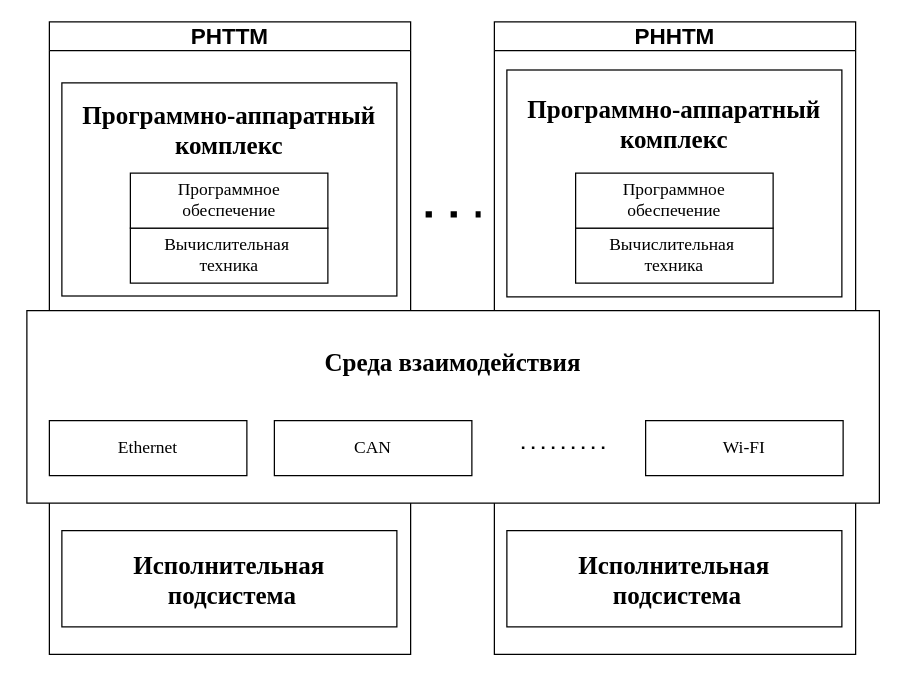
Before: Dissertation/images/drawio/po.drawio in dreddsa5dies/phd, a draw.io diagram. Source tidied: cells renumbered, new cells numbered last; positions are measured from the earlier drawing's top-left corner, leaving out a move shared by most shapes. Both pictures are drawn from the tidied source at 125%, with x=0, y=0 at pixel (26, 21).
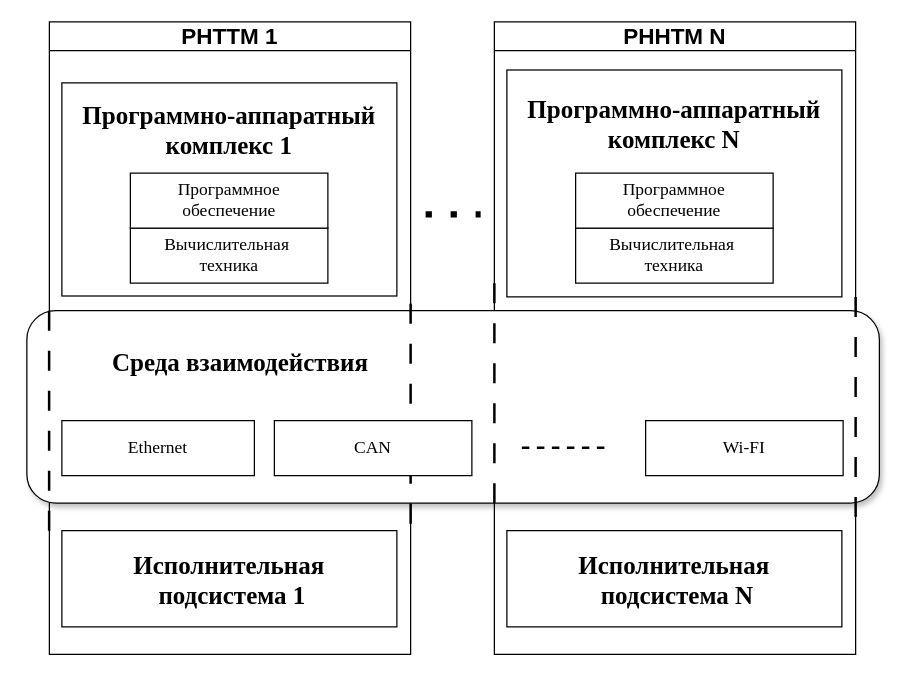
The same diagram, later.

What changed in the source:
```diff
@@
-    <mxCell id="2" value="Исполнительная&lt;div&gt;&amp;nbsp;подсистема&lt;/div&gt;" style="rounded=0;whiteSpace=wrap;html=1;fontSize=20;fontStyle=1;fontFamily=Times New Roman;" parent="1" vertex="1">
+    <mxCell id="2" value="Исполнительная&lt;div&gt;&amp;nbsp;подсистема 1&lt;/div&gt;" style="rounded=0;whiteSpace=wrap;html=1;fontSize=20;fontStyle=1;fontFamily=Times New Roman;" parent="1" vertex="1">
       <mxGeometry x="28" y="407" width="268" height="77" as="geometry" />
     </mxCell>
-    <mxCell id="3" value="&lt;font style=&quot;font-size: 18px;&quot;&gt;РНТТМ&lt;/font&gt;" style="swimlane;whiteSpace=wrap;html=1;" parent="1" vertex="1">
+    <mxCell id="3" value="&lt;font style=&quot;font-size: 18px;&quot;&gt;РНТТМ 1&lt;/font&gt;" style="swimlane;whiteSpace=wrap;html=1;" parent="1" vertex="1">
       <mxGeometry x="18" width="289" height="506" as="geometry" />
     </mxCell>
-    <mxCell id="4" value="&lt;div&gt;Программно-аппаратный комплекс&lt;/div&gt;&lt;div&gt;&lt;br&gt;&lt;/div&gt;&lt;div&gt;&lt;br&gt;&lt;/div&gt;&lt;div&gt;&lt;br&gt;&lt;/div&gt;&lt;div&gt;&lt;br&gt;&lt;/div&gt;" style="rounded=0;whiteSpace=wrap;html=1;fontSize=20;fontStyle=1;fontFamily=Times New Roman;" parent="3" vertex="1">
+    <mxCell id="4" value="&lt;div&gt;Программно-аппаратный комплекс 1&lt;/div&gt;&lt;div&gt;&lt;br&gt;&lt;/div&gt;&lt;div&gt;&lt;br&gt;&lt;/div&gt;&lt;div&gt;&lt;br&gt;&lt;/div&gt;&lt;div&gt;&lt;br&gt;&lt;/div&gt;" style="rounded=0;whiteSpace=wrap;html=1;fontSize=20;fontStyle=1;fontFamily=Times New Roman;" parent="3" vertex="1">
       <mxGeometry x="10" y="48.8" width="268" height="170.5" as="geometry" />
     </mxCell>
@@
-    <mxCell id="7" value="&lt;div&gt;Программно-аппаратный комплекс&lt;/div&gt;&lt;div&gt;&lt;br&gt;&lt;/div&gt;&lt;div&gt;&lt;br&gt;&lt;/div&gt;&lt;div&gt;&lt;br&gt;&lt;/div&gt;&lt;div&gt;&lt;br&gt;&lt;/div&gt;" style="rounded=0;whiteSpace=wrap;html=1;fontSize=20;fontStyle=1;fontFamily=Times New Roman;" parent="1" vertex="1">
+    <mxCell id="7" value="&lt;div&gt;Программно-аппаратный комплекс N&lt;/div&gt;&lt;div&gt;&lt;br&gt;&lt;/div&gt;&lt;div&gt;&lt;br&gt;&lt;/div&gt;&lt;div&gt;&lt;br&gt;&lt;/div&gt;&lt;div&gt;&lt;br&gt;&lt;/div&gt;" style="rounded=0;whiteSpace=wrap;html=1;fontSize=20;fontStyle=1;fontFamily=Times New Roman;" parent="1" vertex="1">
       <mxGeometry x="384" y="38.5" width="268" height="181.5" as="geometry" />
     </mxCell>
@@
-    <mxCell id="9" value="Исполнительная&lt;div&gt;&amp;nbsp;подсистема&lt;/div&gt;" style="rounded=0;whiteSpace=wrap;html=1;fontSize=20;fontStyle=1;fontFamily=Times New Roman;" parent="1" vertex="1">
+    <mxCell id="9" value="Исполнительная&lt;div&gt;&amp;nbsp;подсистема N&lt;/div&gt;" style="rounded=0;whiteSpace=wrap;html=1;fontSize=20;fontStyle=1;fontFamily=Times New Roman;" parent="1" vertex="1">
       <mxGeometry x="384" y="407" width="268" height="77" as="geometry" />
     </mxCell>
-    <mxCell id="10" value="&lt;font style=&quot;font-size: 18px;&quot;&gt;РННТМ&lt;/font&gt;" style="swimlane;whiteSpace=wrap;html=1;" parent="1" vertex="1">
+    <mxCell id="10" value="&lt;font style=&quot;font-size: 18px;&quot;&gt;РННТМ N&lt;/font&gt;" style="swimlane;whiteSpace=wrap;html=1;" parent="1" vertex="1">
       <mxGeometry x="374" width="289" height="506" as="geometry" />
     </mxCell>
-    <mxCell id="11" value="Среда взаимодействия&lt;br&gt;&lt;div&gt;&lt;br&gt;&lt;/div&gt;&lt;div&gt;&lt;br&gt;&lt;/div&gt;&lt;div&gt;&lt;br&gt;&lt;/div&gt;" style="rounded=0;whiteSpace=wrap;html=1;fontSize=20;fontStyle=1;fontFamily=Times New Roman;" parent="1" vertex="1">
+    <mxCell id="11" value="Среда взаимодействия&amp;nbsp; &amp;nbsp; &amp;nbsp; &amp;nbsp; &amp;nbsp; &amp;nbsp; &amp;nbsp; &amp;nbsp; &amp;nbsp; &amp;nbsp; &amp;nbsp; &amp;nbsp; &amp;nbsp; &amp;nbsp; &amp;nbsp; &amp;nbsp; &amp;nbsp; &amp;nbsp; &amp;nbsp; &amp;nbsp; &amp;nbsp; &amp;nbsp; &amp;nbsp; &amp;nbsp; &amp;nbsp; &amp;nbsp; &amp;nbsp; &amp;nbsp; &amp;nbsp; &amp;nbsp; &amp;nbsp; &amp;nbsp; &amp;nbsp; &amp;nbsp;&amp;nbsp;&lt;br&gt;&lt;div&gt;&lt;br&gt;&lt;/div&gt;&lt;div&gt;&lt;br&gt;&lt;/div&gt;&lt;div&gt;&lt;br&gt;&lt;/div&gt;" style="rounded=1;whiteSpace=wrap;html=1;fontSize=20;fontStyle=1;fontFamily=Times New Roman;shadow=1;glass=0;fillColor=default;gradientColor=none;" parent="1" vertex="1">
       <mxGeometry y="231" width="682" height="154" as="geometry" />
     </mxCell>
     <mxCell id="12" value="Ethernet" style="rounded=0;whiteSpace=wrap;html=1;fontSize=14;fontFamily=Times New Roman;" parent="1" vertex="1">
-      <mxGeometry x="18" y="319" width="158" height="44" as="geometry" />
+      <mxGeometry x="28" y="319" width="154" height="44" as="geometry" />
     </mxCell>
-    <mxCell id="13" value="CAN" style="rounded=0;whiteSpace=wrap;html=1;fontSize=14;fontFamily=Times New Roman;" parent="1" vertex="1">
-      <mxGeometry x="198" y="319" width="158" height="44" as="geometry" />
-    </mxCell>
@@
-    <mxCell id="15" style="endArrow=none;dashed=1;html=1;dashPattern=1 3;strokeWidth=2;rounded=0;" parent="1" edge="1">
+    <mxCell id="15" style="endArrow=none;dashed=1;html=1;strokeWidth=2;rounded=0;" parent="1" edge="1">
       <mxGeometry relative="1" as="geometry">
         <mxPoint x="396" y="340.6" as="sourcePoint" />
         <mxPoint x="462" y="340.6" as="targetPoint" />
       </mxGeometry>
     </mxCell>
@@
+    <mxCell id="18" style="endArrow=none;dashed=1;html=1;dashPattern=8 8;strokeWidth=2;rounded=0;" parent="1" edge="1">
+      <mxGeometry relative="1" as="geometry">
+        <mxPoint x="17.8" y="407" as="sourcePoint" />
+        <mxPoint x="17.8" y="220" as="targetPoint" />
+      </mxGeometry>
+    </mxCell>
+    <mxCell id="19" style="endArrow=none;dashed=1;html=1;dashPattern=8 8;strokeWidth=2;rounded=0;" parent="1" edge="1">
+      <mxGeometry relative="1" as="geometry">
+        <mxPoint x="307" y="401.5" as="sourcePoint" />
+        <mxPoint x="307" y="214.5" as="targetPoint" />
+      </mxGeometry>
+    </mxCell>
+    <mxCell id="20" style="endArrow=none;dashed=1;html=1;dashPattern=8 8;strokeWidth=2;rounded=0;" parent="1" edge="1">
+      <mxGeometry relative="1" as="geometry">
+        <mxPoint x="374" y="385" as="sourcePoint" />
+        <mxPoint x="374" y="198" as="targetPoint" />
+      </mxGeometry>
+    </mxCell>
+    <mxCell id="21" style="endArrow=none;dashed=1;html=1;dashPattern=8 8;strokeWidth=2;rounded=0;" parent="1" edge="1">
+      <mxGeometry relative="1" as="geometry">
+        <mxPoint x="663" y="396" as="sourcePoint" />
+        <mxPoint x="663" y="209" as="targetPoint" />
+      </mxGeometry>
+    </mxCell>
+    <mxCell id="13" value="CAN" style="rounded=0;whiteSpace=wrap;html=1;fontSize=14;fontFamily=Times New Roman;" parent="1" vertex="1">
+      <mxGeometry x="198" y="319" width="158" height="44" as="geometry" />
+    </mxCell>
```
